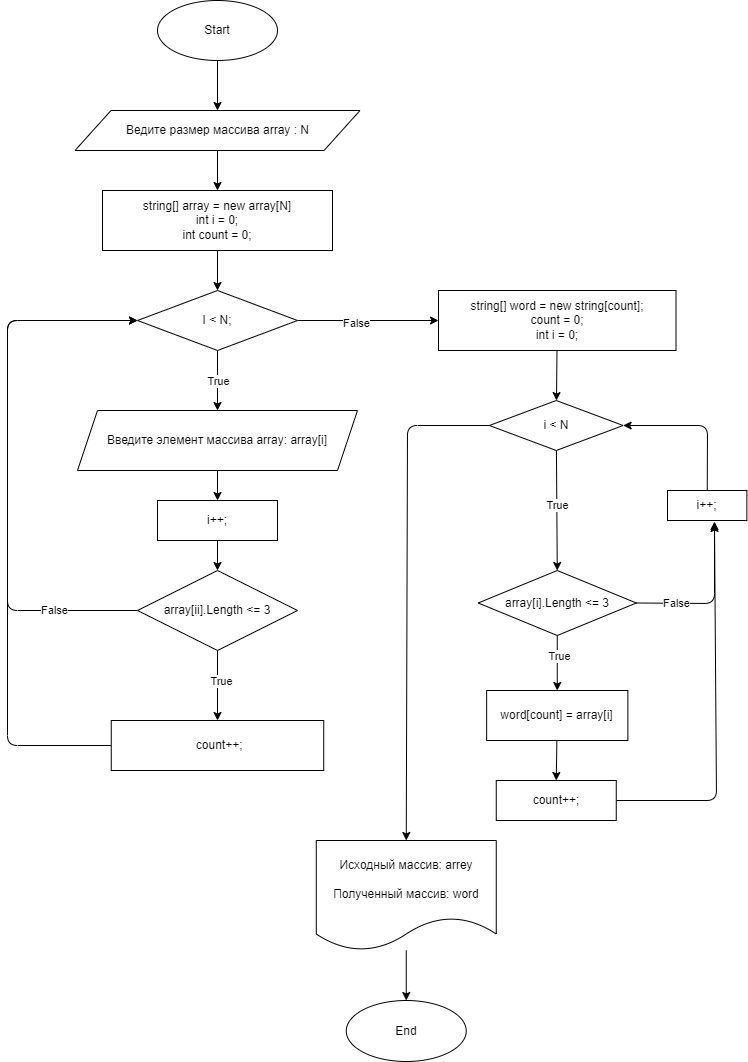
The draw.io diagram ex001.drawio.png in Nord-Orn/FinalVerificationWork, before a commit. Source tidied: cells renumbered, new cells last; positions are measured from the earlier drawing's top-left corner, leaving out a move shared by most shapes.
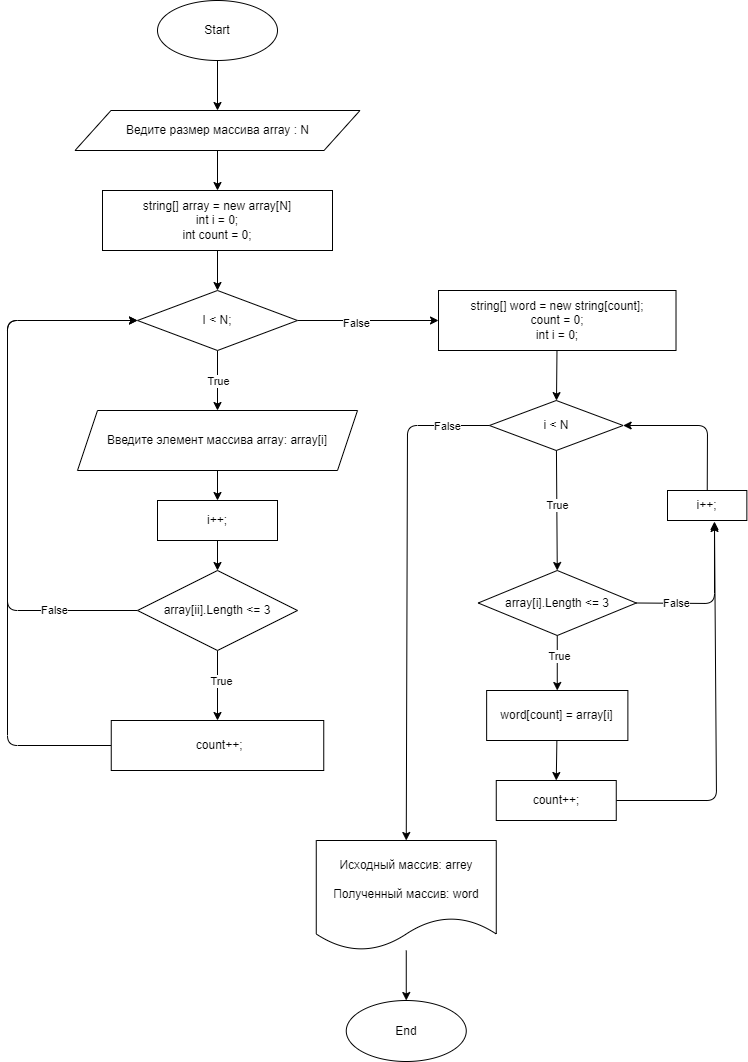
Above is the later version.

Change to the diagram source:
```diff
@@ -104,6 +104,11 @@
         </Array>
       </mxGeometry>
     </mxCell>
+    <mxCell id="44" value="False" style="edgeLabel;html=1;align=center;verticalAlign=middle;" parent="28" vertex="1">
+      <mxGeometry x="-0.78" relative="1" as="geometry">
+        <mxPoint x="12" as="offset" />
+      </mxGeometry>
+    </mxCell>
     <mxCell id="29" value="i &amp;lt; N" style="rhombus;whiteSpace=wrap;html=1;rounded=0;" parent="1" vertex="1">
       <mxGeometry x="481.9" y="400" width="133.8" height="50" as="geometry" />
     </mxCell>
```
